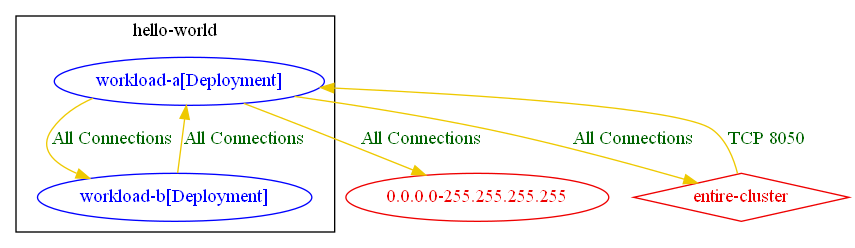
Above: test_outputs/connlist/exposure_test_matched_and_unmatched_rules_focus_workload_hello-world_workload-a_connlist_output.dot.png in np-guard/netpol-analyzer (Graphviz), before the change. Its source is kept beside it as test_outputs/connlist/exposure_test_matched_and_unmatched_rules_focus_workload_hello-world_workload-a_connlist_output.dot.
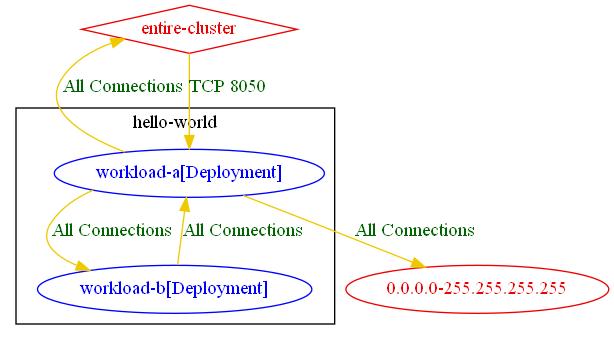
Later version of the same file.

Diff of the diagram source:
```diff
@@ -8,9 +8,9 @@
 	}
 	"0.0.0.0-255.255.255.255" [label="0.0.0.0-255.255.255.255" color="red2" fontcolor="red2"]
 	"entire-cluster" [label="entire-cluster" color="red2" fontcolor="red2" shape=diamond]
-	"entire-cluster" -> "hello-world/workload-a[Deployment]" [label="TCP 8050" color="gold2" fontcolor="darkgreen"]
+	"entire-cluster" -> "hello-world/workload-a[Deployment]" [label="TCP 8050" color="gold2" fontcolor="darkgreen" weight=1]
 	"hello-world/workload-a[Deployment]" -> "0.0.0.0-255.255.255.255" [label="All Connections" color="gold2" fontcolor="darkgreen"]
-	"hello-world/workload-a[Deployment]" -> "entire-cluster" [label="All Connections" color="gold2" fontcolor="darkgreen"]
+	"hello-world/workload-a[Deployment]" -> "entire-cluster" [label="All Connections" color="gold2" fontcolor="darkgreen" weight=0.5]
 	"hello-world/workload-a[Deployment]" -> "hello-world/workload-b[Deployment]" [label="All Connections" color="gold2" fontcolor="darkgreen"]
 	"hello-world/workload-b[Deployment]" -> "hello-world/workload-a[Deployment]" [label="All Connections" color="gold2" fontcolor="darkgreen"]
 }
```
